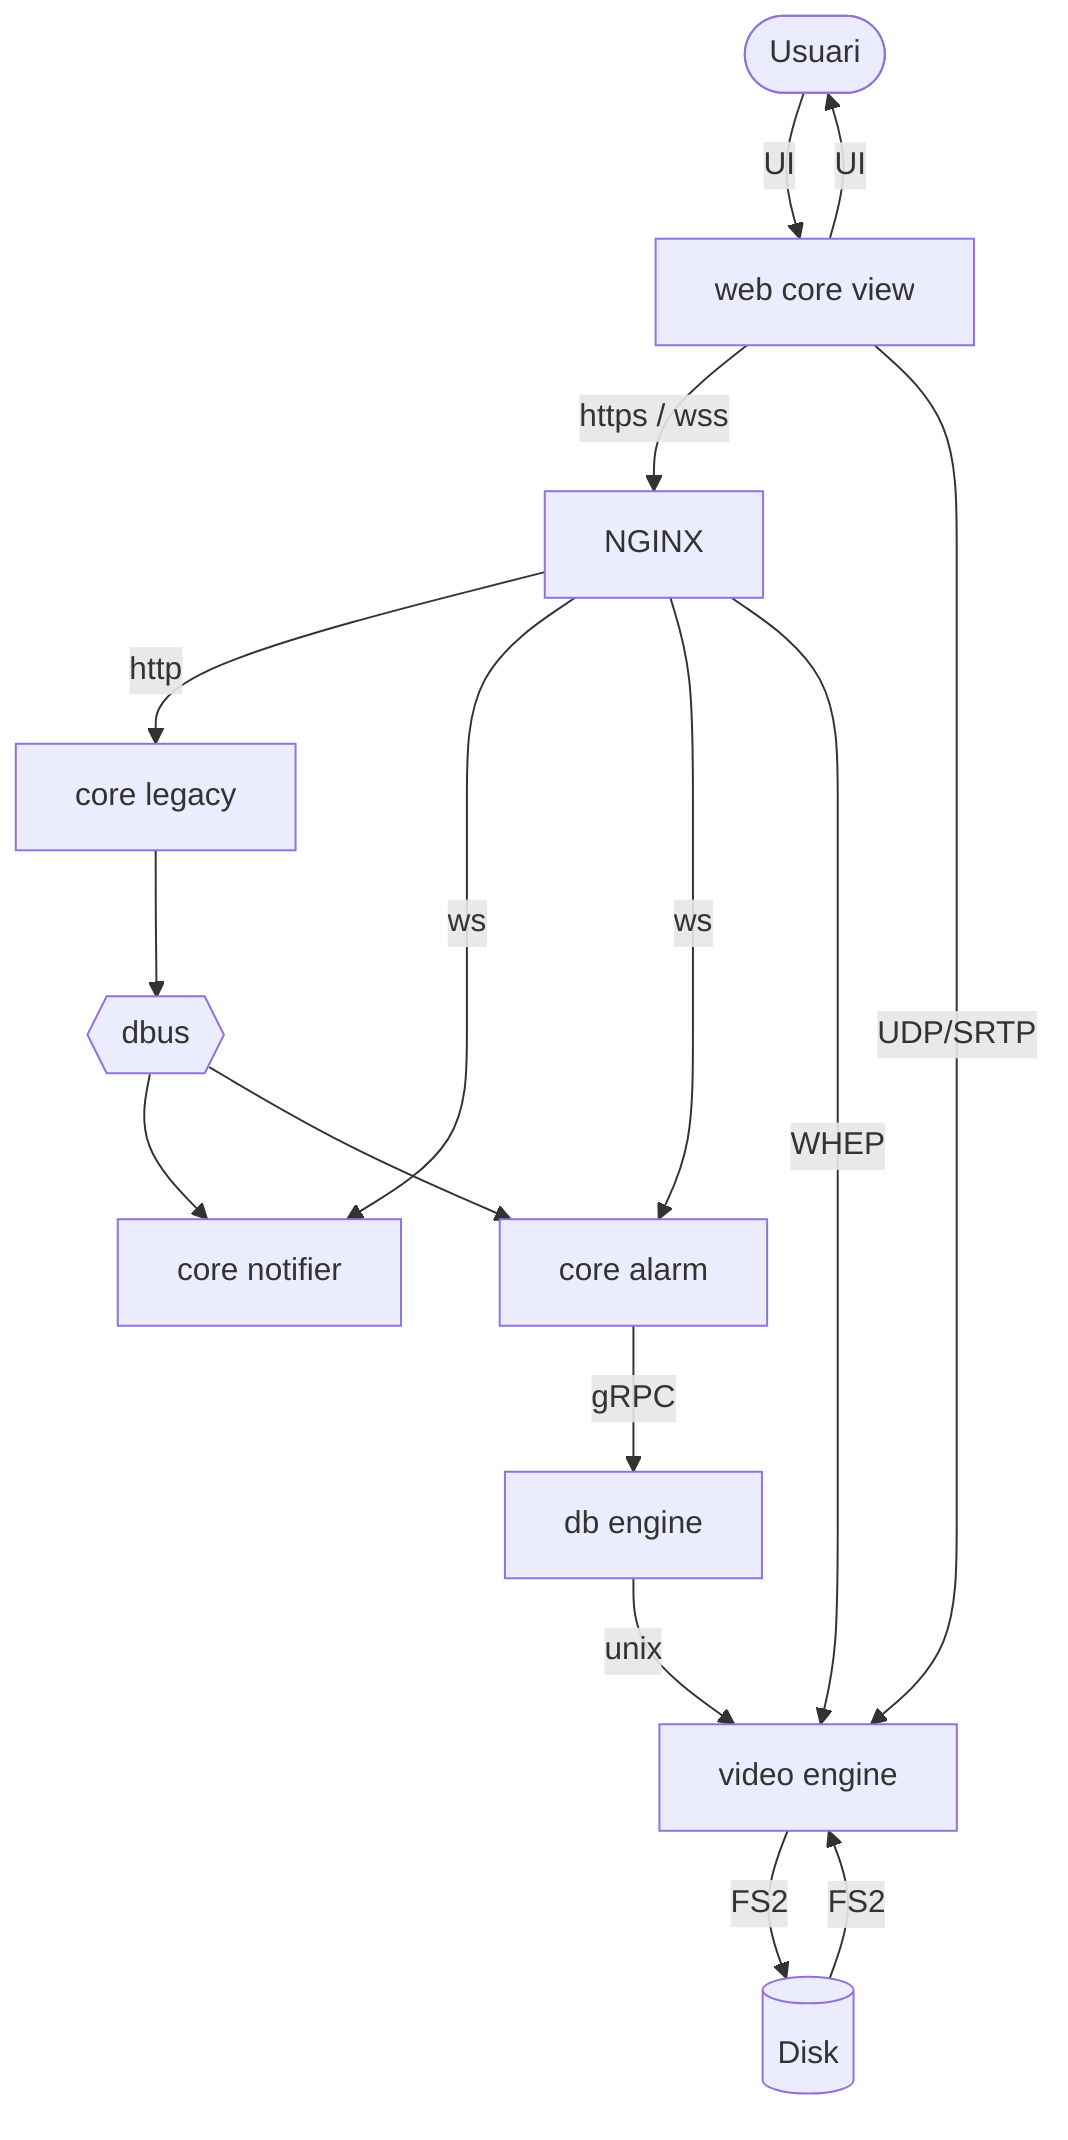
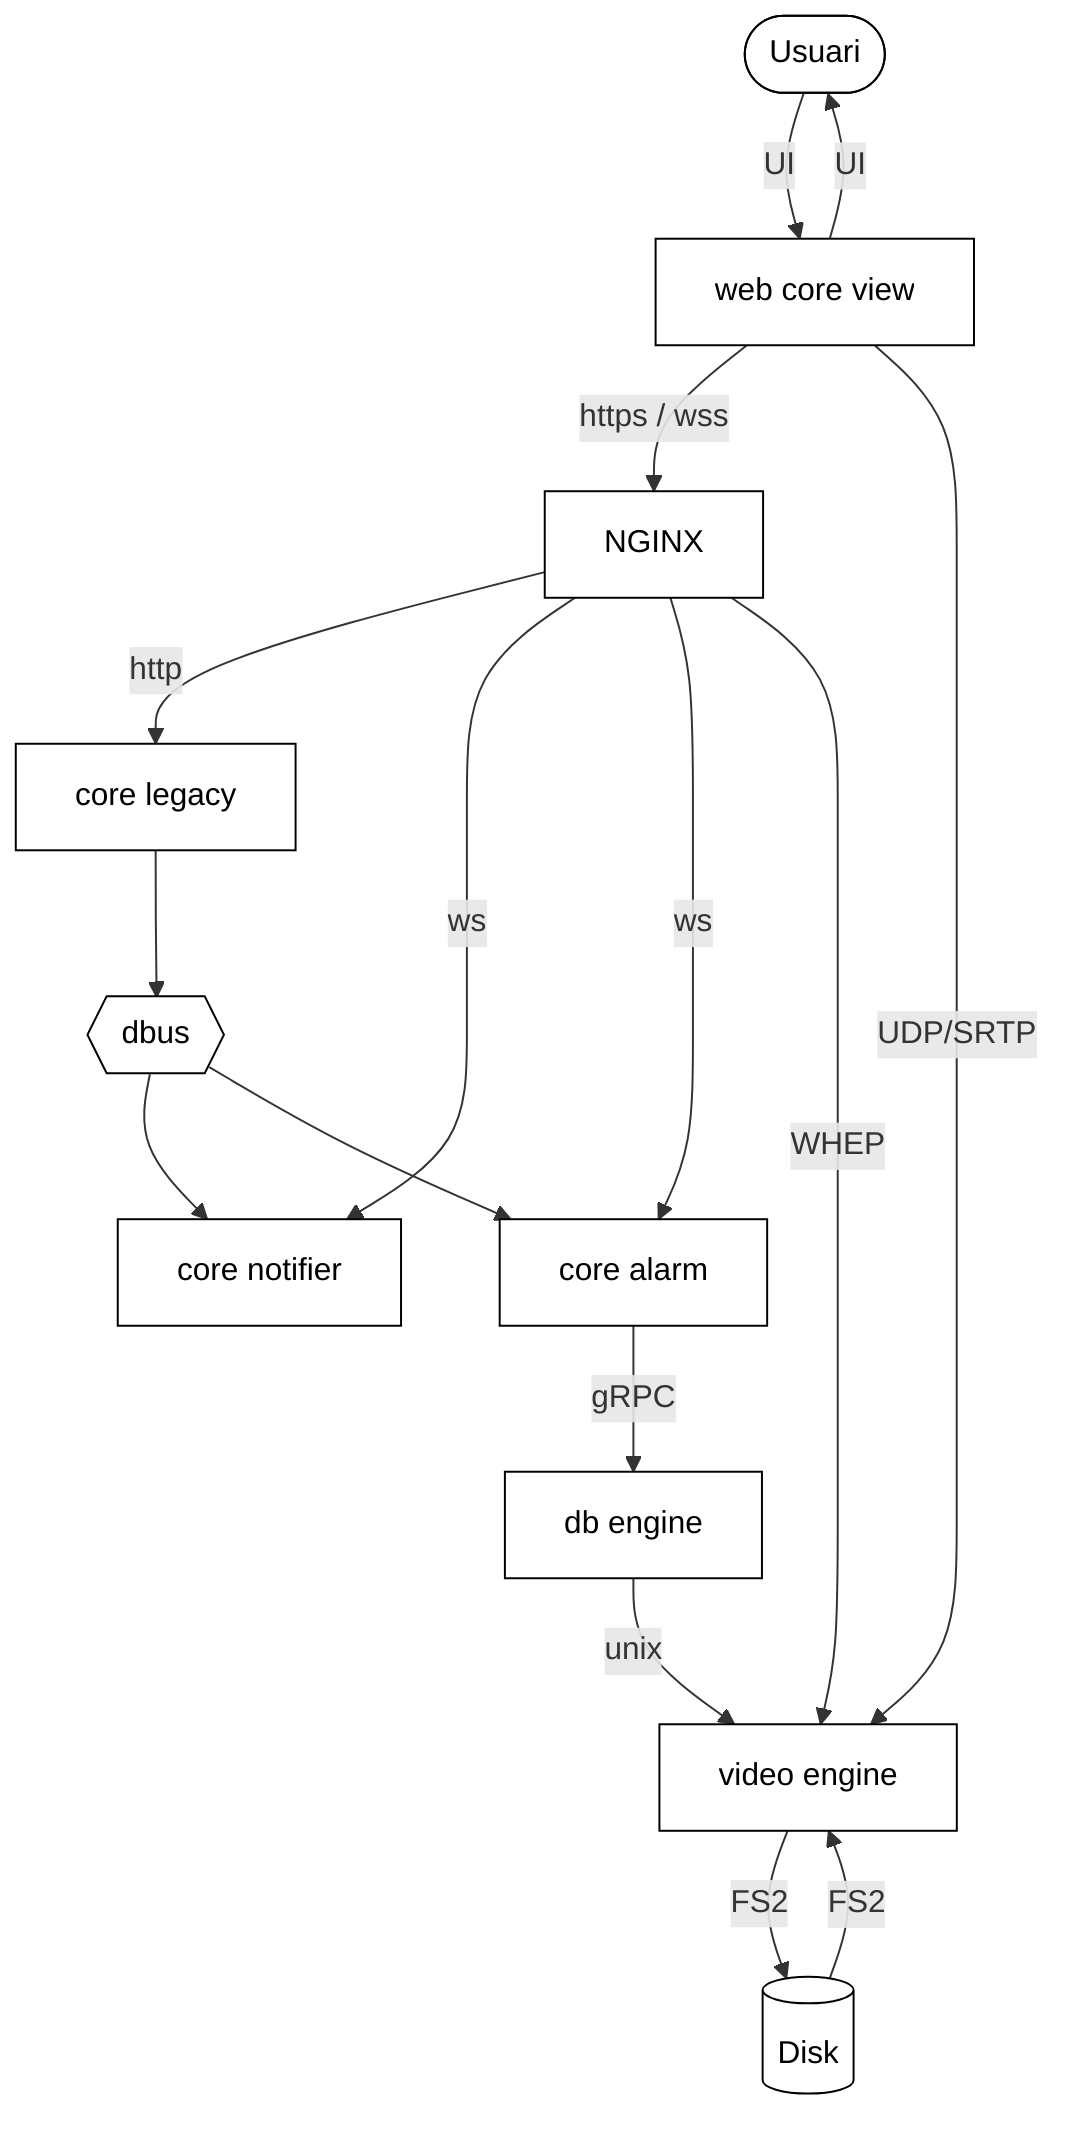
graph TD
    Usuari([Usuari])
    WCV[web core view]
    NGX[NGINX]
    CL[core legacy]
    DBUS{{dbus}}
    CN[core notifier]
    CA[core alarm]
    DBE[db engine]
    DBV[video engine]
    Disk[(Disk)]

    Usuari -- UI --> WCV
    WCV -- UI --> Usuari

    WCV -- https / wss --> NGX
    NGX -- http --> CL
    NGX -- ws --> CN
    NGX -- ws --> CA
    NGX -- WHEP --> DBV
    WCV -- UDP/SRTP --> DBV

    CL --> DBUS
    DBUS --> CN
    DBUS --> CA

    CA -- gRPC --> DBE
    DBE -- unix --> DBV

    DBV -- FS2 --> Disk
    Disk -- FS2 --> DBV
+ 
+     classDef default fill:#ffffff,stroke:#000000,color:#000000;
